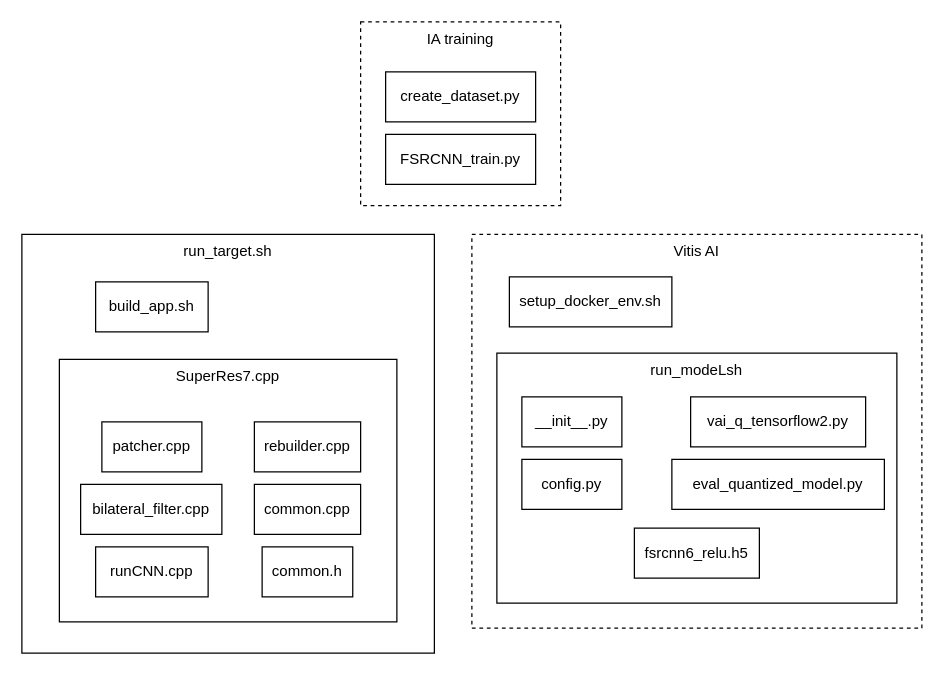
Above: doc/superres7.drawio in lubingau/7SuperRes (draw.io), before the change. Source tidied: cells renumbered, new cells numbered last; positions are measured from the earlier drawing's top-left corner, leaving out a move shared by most shapes. Both pictures are drawn from the tidied source at 125%, with x=0, y=0 at pixel (21, 21).
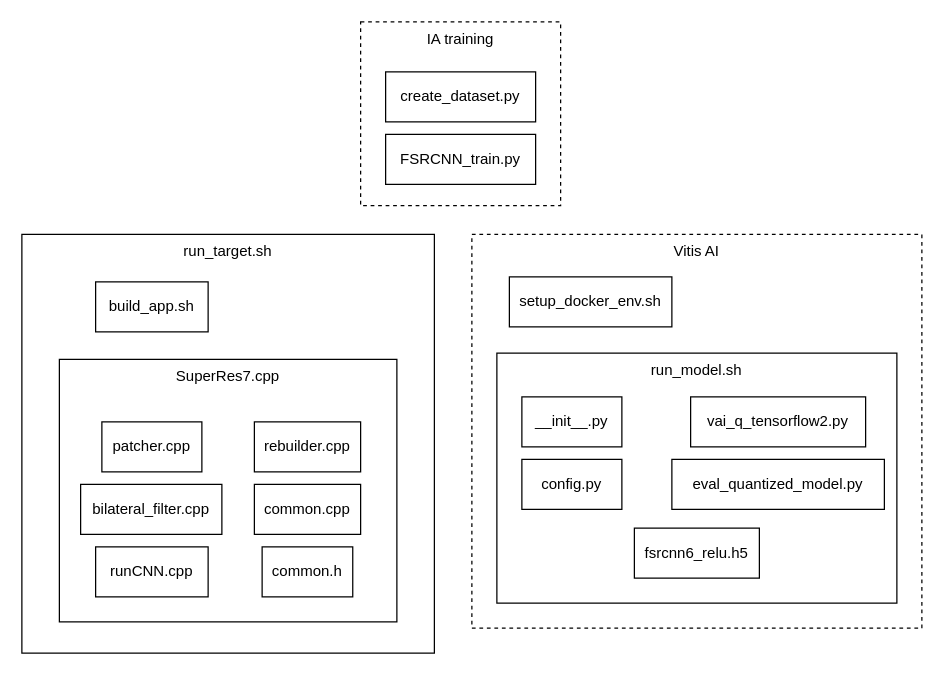
After the change.

Change to the diagram source:
```diff
@@
-    <mxCell id="3" value="run_modeLsh" style="rounded=0;whiteSpace=wrap;html=1;verticalAlign=top;" parent="1" vertex="1">
+    <mxCell id="3" value="run_model.sh" style="rounded=0;whiteSpace=wrap;html=1;verticalAlign=top;" parent="1" vertex="1">
       <mxGeometry x="380" y="265" width="320" height="200" as="geometry" />
     </mxCell>
```
